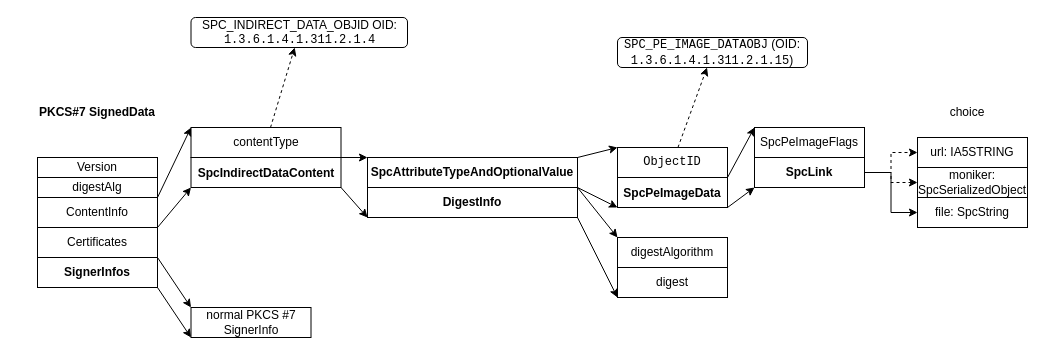
Before: signedData.drawio in pkking/mydrawio, a draw.io diagram. Source tidied: cells renumbered, new cells numbered last; positions are measured from the earlier drawing's top-left corner, leaving out a move shared by most shapes. Both pictures are drawn from the tidied source at 100%, with x=0, y=0 at pixel (17, 17).
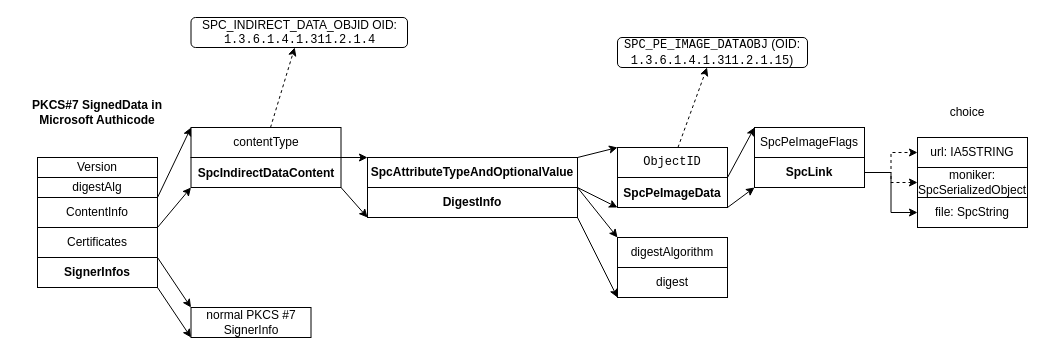
The same page after the edit.

Diff of the diagram source:
```diff
@@
-    <mxCell id="7" value="&lt;font&gt;&lt;b&gt;PKCS#7 SignedData&lt;/b&gt;&lt;/font&gt;" style="text;html=1;strokeColor=none;fillColor=none;align=center;verticalAlign=middle;whiteSpace=wrap;rounded=0;fontFamily=Helvetica;" parent="1" vertex="1">
+    <mxCell id="7" value="&lt;font&gt;&lt;b&gt;PKCS#7 SignedData in Microsoft Authicode&lt;br&gt;&lt;/b&gt;&lt;/font&gt;" style="text;html=1;strokeColor=none;fillColor=none;align=center;verticalAlign=middle;whiteSpace=wrap;rounded=0;fontFamily=Helvetica;" parent="1" vertex="1">
       <mxGeometry y="80" width="160" height="30" as="geometry" />
     </mxCell>
```
